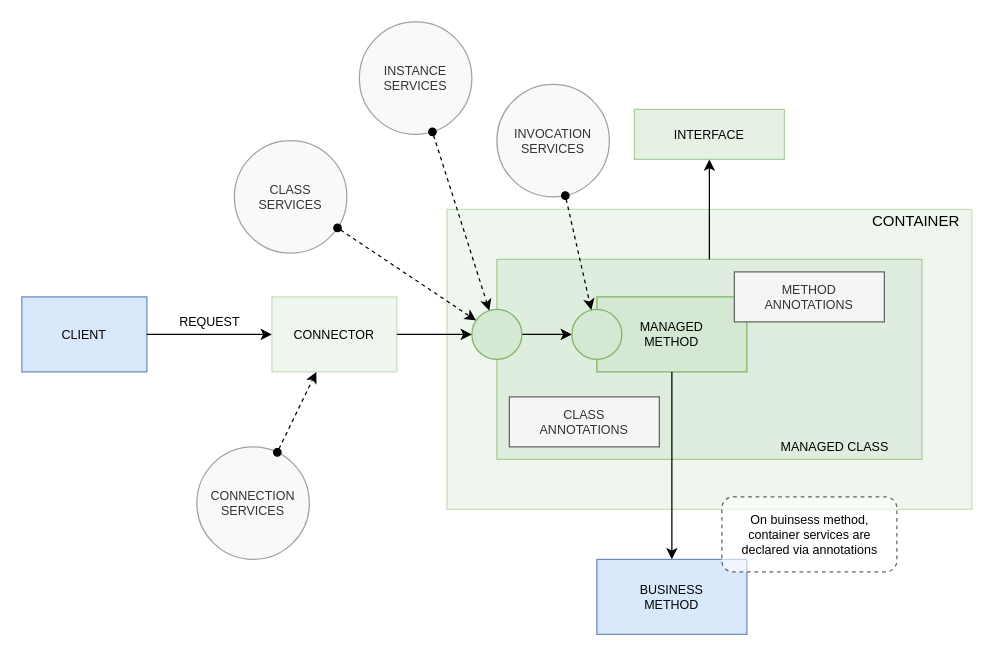
Earlier version of the draw.io diagram page "Container Overview" (4 of 17) of docs/container.drawio (js-lib-com/tiny-container). Source tidied: cells renumbered, new cells numbered last; positions are measured from the earlier drawing's top-left corner, leaving out a move shared by most shapes. Both pictures are drawn from the tidied source at 125%, with x=0, y=0 at pixel (21, 21).
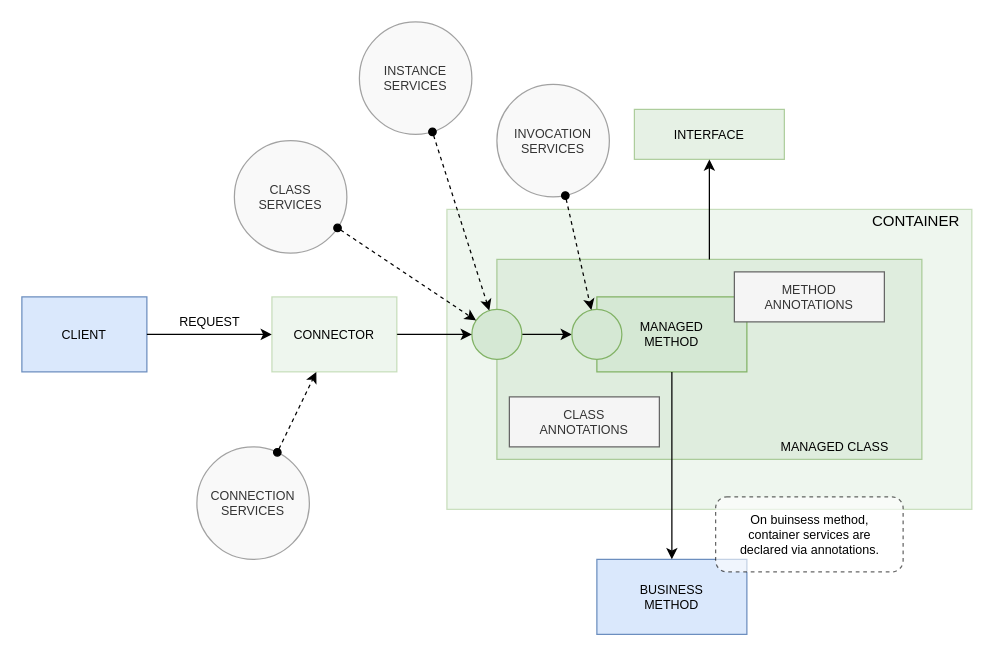
The same diagram, later.

Change to the diagram source:
```diff
@@
-    <mxCell id="21" value="On buinsess method, &lt;br&gt;container services are &lt;br&gt;declared via annotations" style="text;html=1;align=center;verticalAlign=middle;fontSize=10;spacing=10;labelBorderColor=none;dashed=1;fillColor=default;strokeColor=default;rounded=1;opacity=60;" parent="1" vertex="1">
-      <mxGeometry x="560" y="380" width="140" height="60" as="geometry" />
+    <mxCell id="21" value="On buinsess method, &lt;br&gt;container services are &lt;br&gt;declared via annotations." style="text;html=1;align=center;verticalAlign=middle;fontSize=10;spacing=10;labelBorderColor=none;dashed=1;fillColor=default;strokeColor=default;rounded=1;opacity=60;" parent="1" vertex="1">
+      <mxGeometry x="555" y="380" width="150" height="60" as="geometry" />
     </mxCell>
```
